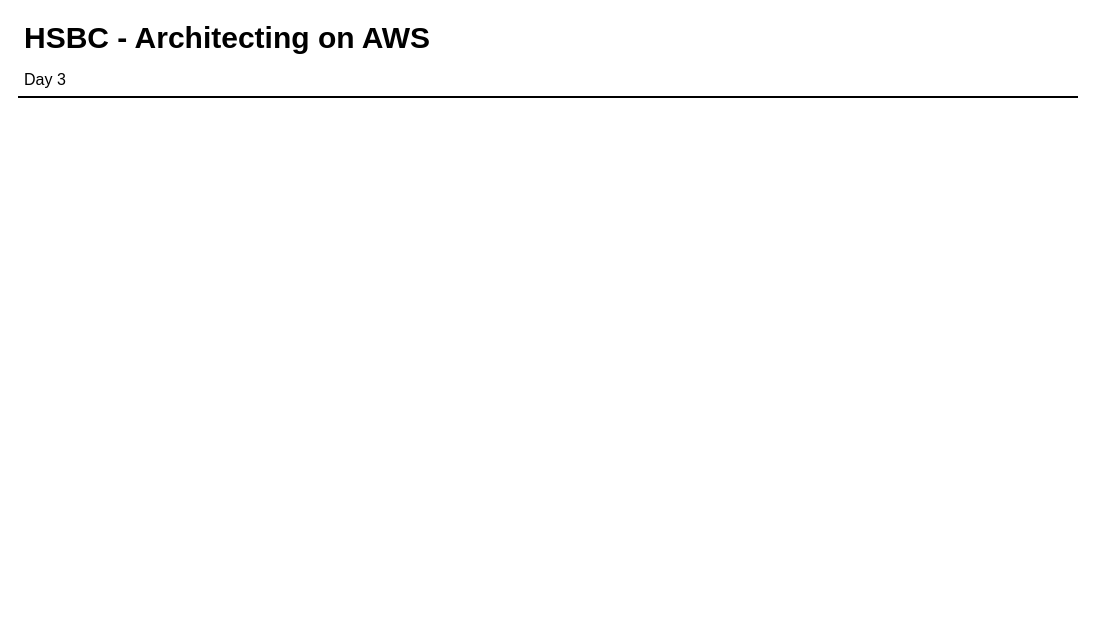
Earlier version of the draw.io diagram page "Copy of Copy of Copy of Copy of Page-2" (7 of 8) of hsbc-day3.drawio (taupoali/awsdiagrams). Source tidied: cells renumbered, new cells numbered last; positions are measured from the earlier drawing's top-left corner, leaving out a move shared by most shapes. Both pictures are drawn from the tidied source at 100%, with x=0, y=0 at pixel (17, 16).
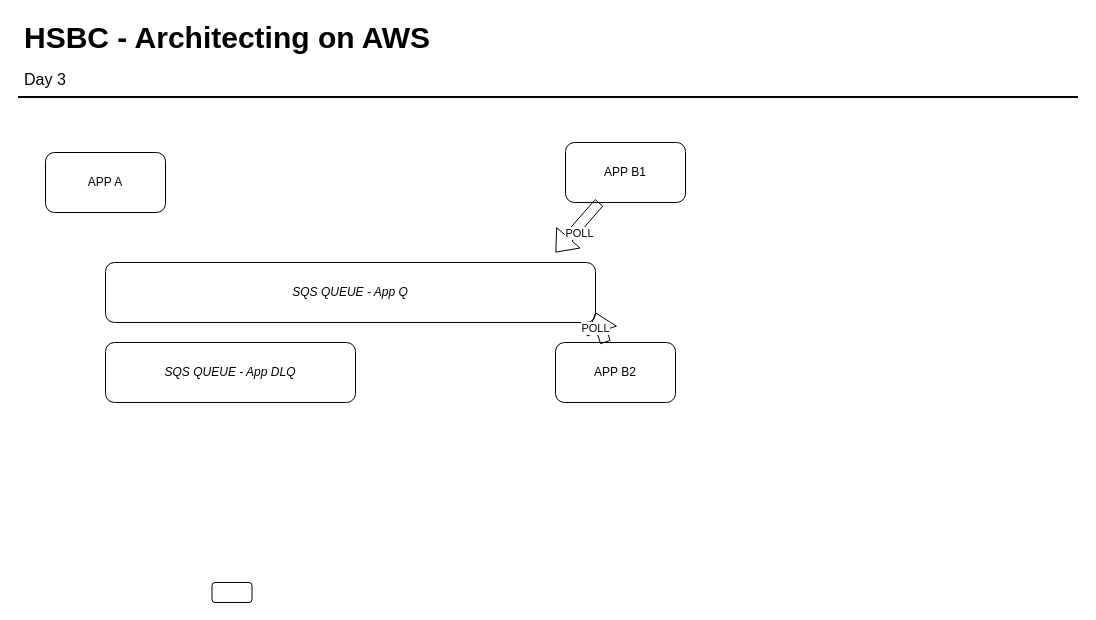
The same diagram, later.

The edit, as a diff of the source:
```diff
@@
 <mxGraphModel>
   <root>
     <mxCell id="0" />
     <mxCell id="1" parent="0" />
+    <mxCell id="5" value="SQS QUEUE - App DLQ" style="rounded=1;whiteSpace=wrap;html=1;align=center;fontStyle=2;" parent="1" vertex="1">
+      <mxGeometry x="88" y="326" width="250" height="60" as="geometry" />
+    </mxCell>
     <mxCell id="2" value="HSBC - Architecting on AWS" style="text;html=1;align=left;verticalAlign=top;spacingTop=-4;fontSize=30;fontStyle=1;" parent="1" vertex="1">
       <mxGeometry x="4.5" y="0.5" width="420" height="40" as="geometry" />
     </mxCell>
     <mxCell id="3" value="Day 3" style="text;html=1;align=left;verticalAlign=top;spacingTop=-4;fontSize=16;" parent="1" vertex="1">
       <mxGeometry x="4.5" y="50.5" width="60" height="20" as="geometry" />
     </mxCell>
     <mxCell id="4" style="line;strokeWidth=2;html=1;fontSize=14;" parent="1" vertex="1">
       <mxGeometry x="0.5" y="75.5" width="1060" height="10" as="geometry" />
     </mxCell>
+    <mxCell id="6" value="APP A" style="rounded=1;whiteSpace=wrap;html=1;align=center;" parent="1" vertex="1">
+      <mxGeometry x="28" y="136" width="120" height="60" as="geometry" />
+    </mxCell>
+    <mxCell id="7" value="APP B1" style="rounded=1;whiteSpace=wrap;html=1;align=center;" parent="1" vertex="1">
+      <mxGeometry x="548" y="126" width="120" height="60" as="geometry" />
+    </mxCell>
+    <mxCell id="8" value="SQS QUEUE - App Q" style="rounded=1;whiteSpace=wrap;html=1;align=center;fontStyle=2;" parent="1" vertex="1">
+      <mxGeometry x="88" y="246" width="490" height="60" as="geometry" />
+    </mxCell>
+    <mxCell id="9" style="rounded=1;whiteSpace=wrap;html=1;align=left;" parent="1" vertex="1">
+      <mxGeometry x="194.5" y="566" width="40" height="20" as="geometry" />
+    </mxCell>
+    <mxCell id="10" style="shape=flexArrow;endArrow=classic;html=1;" parent="1" edge="1" source="7">
+      <mxGeometry relative="1" as="geometry">
+        <mxPoint x="538" y="236" as="targetPoint" />
+      </mxGeometry>
+    </mxCell>
+    <mxCell id="11" value="POLL" style="edgeLabel;html=1;align=center;verticalAlign=middle;" parent="10" vertex="1">
+      <mxGeometry x="0.08" y="5" relative="1" as="geometry" />
+    </mxCell>
+    <mxCell id="12" value="APP B2" style="rounded=1;whiteSpace=wrap;html=1;align=center;" parent="1" vertex="1">
+      <mxGeometry x="538" y="326" width="120" height="60" as="geometry" />
+    </mxCell>
+    <mxCell id="13" style="shape=flexArrow;endArrow=classic;html=1;" parent="1" edge="1" source="12">
+      <mxGeometry relative="1" as="geometry">
+        <mxPoint x="578" y="296" as="targetPoint" />
+      </mxGeometry>
+    </mxCell>
+    <mxCell id="14" value="POLL" style="edgeLabel;html=1;align=center;verticalAlign=middle;" parent="13" vertex="1">
+      <mxGeometry x="0.08" y="5" relative="1" as="geometry" />
+    </mxCell>
   </root>
 </mxGraphModel>
```
